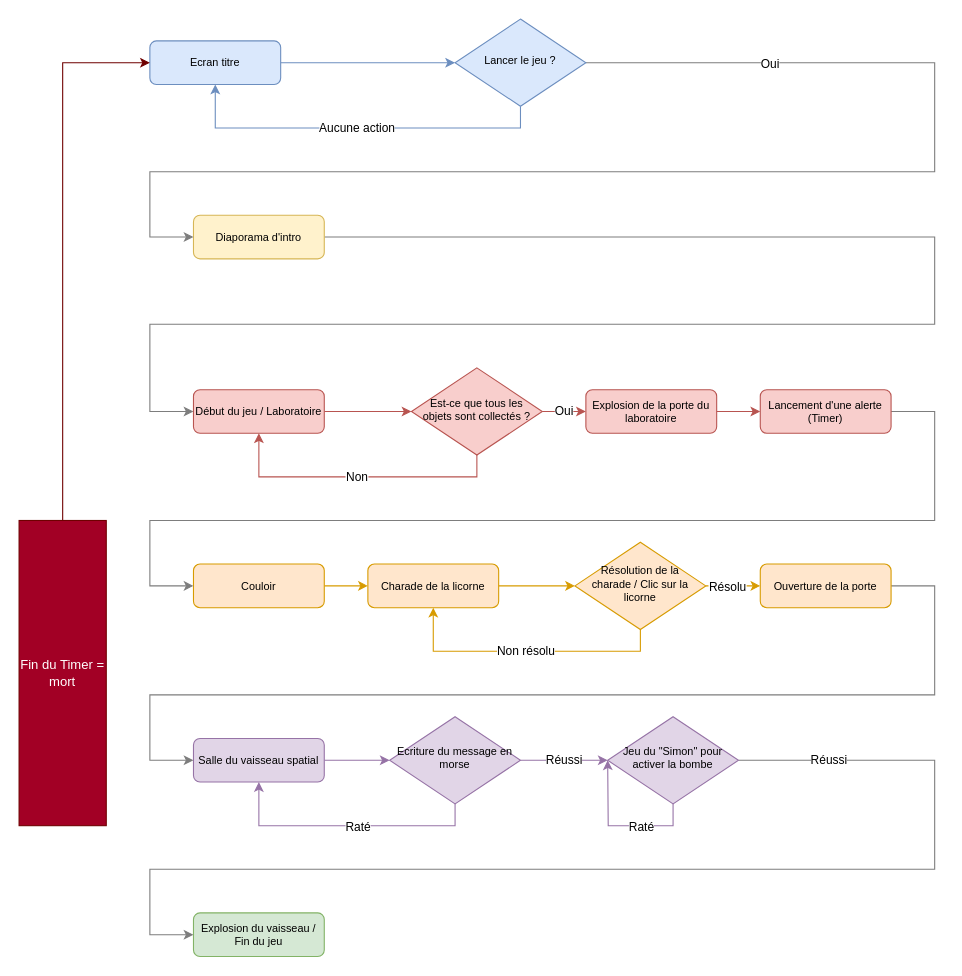
Above: Schéma de navigation.drawio in AztyMatt/Alien-Escaper (draw.io), before the change. Source tidied: cells renumbered, new cells numbered last; positions are measured from the earlier drawing's top-left corner, leaving out a move shared by most shapes. Both pictures are drawn from the tidied source at 109%, with x=0, y=0 at pixel (19, 19).
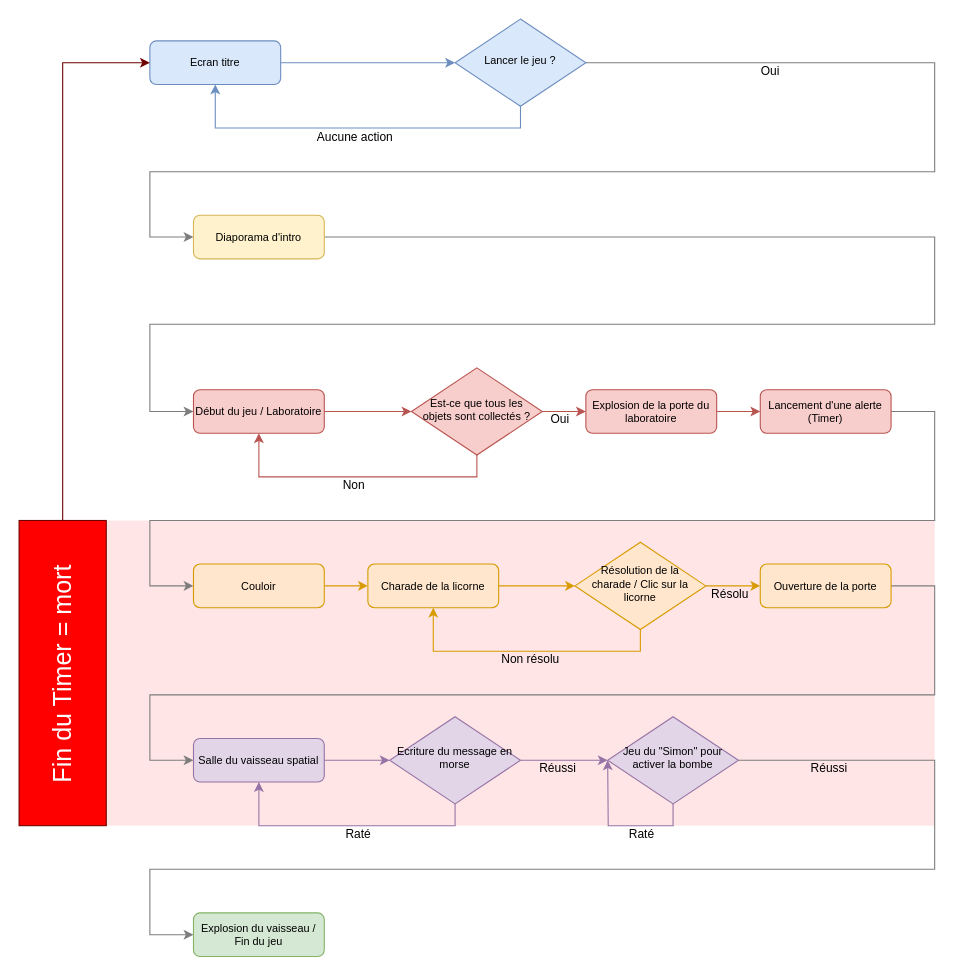
The same diagram, later.

Commit message:
Mettre à jour Schéma de navigation.drawio

Unchanged cells that the change refers to:
```xml
<mxCell id="3" value="Ecran titre" style="rounded=1;whiteSpace=wrap;html=1;fontSize=10;glass=0;strokeWidth=1;shadow=0;fillColor=#dae8fc;strokeColor=#6c8ebf;" parent="1" vertex="1">
  <mxGeometry x="120" y="20" width="120" height="40" as="geometry" />
</mxCell>
<mxCell id="6" style="edgeStyle=orthogonalEdgeStyle;rounded=0;jettySize=auto;html=1;exitX=1;exitY=0.5;exitDx=0;exitDy=0;entryX=0;entryY=0.5;entryDx=0;entryDy=0;strokeColor=#7D7D7D;" parent="1" edge="1" source="9" target="5">
  <mxGeometry relative="1" as="geometry">
    <Array as="points">
      <mxPoint x="840" y="40" />
      <mxPoint x="840" y="140" />
      <mxPoint x="120" y="140" />
      <mxPoint x="120" y="200" />
    </Array>
  </mxGeometry>
</mxCell>
<mxCell id="9" value="Lancer le jeu ?" style="rhombus;whiteSpace=wrap;html=1;shadow=0;fontFamily=Helvetica;fontSize=10;align=center;strokeWidth=1;spacing=6;spacingTop=-4;fillColor=#dae8fc;strokeColor=#6c8ebf;" parent="1" vertex="1">
  <mxGeometry x="400" width="120" height="80" as="geometry" />
</mxCell>
<mxCell id="11" value="Début du jeu / Laboratoire" style="rounded=1;whiteSpace=wrap;html=1;fontSize=10;glass=0;strokeWidth=1;shadow=0;fillColor=#f8cecc;strokeColor=#b85450;" parent="1" vertex="1">
  <mxGeometry x="160" y="340" width="120" height="40" as="geometry" />
</mxCell>
<mxCell id="14" value="Est-ce que tous les objets sont collectés ?" style="rhombus;whiteSpace=wrap;html=1;shadow=0;fontFamily=Helvetica;fontSize=10;align=center;strokeWidth=1;spacing=6;spacingTop=-4;fillColor=#f8cecc;strokeColor=#b85450;" parent="1" vertex="1">
  <mxGeometry x="360" y="320" width="120" height="80" as="geometry" />
</mxCell>
<mxCell id="18" value="Charade de la licorne" style="rounded=1;whiteSpace=wrap;html=1;fontSize=10;glass=0;strokeWidth=1;shadow=0;fillColor=#ffe6cc;strokeColor=#d79b00;" parent="1" vertex="1">
  <mxGeometry x="320" y="500" width="120" height="40" as="geometry" />
</mxCell>
<mxCell id="19" style="edgeStyle=orthogonalEdgeStyle;rounded=0;jettySize=auto;html=1;exitX=1;exitY=0.5;exitDx=0;exitDy=0;entryX=0;entryY=0.5;entryDx=0;entryDy=0;strokeColor=#d79b00;fillColor=#ffe6cc;" parent="1" edge="1" source="22" target="33">
  <mxGeometry relative="1" as="geometry" />
</mxCell>
<mxCell id="22" value="Résolution de la charade / Clic sur la licorne" style="rhombus;whiteSpace=wrap;html=1;shadow=0;fontFamily=Helvetica;fontSize=10;align=center;strokeWidth=1;spacing=6;spacingTop=-4;fillColor=#ffe6cc;strokeColor=#d79b00;" parent="1" vertex="1">
  <mxGeometry x="510" y="480" width="120" height="80" as="geometry" />
</mxCell>
<mxCell id="26" style="edgeStyle=orthogonalEdgeStyle;rounded=0;jettySize=auto;html=1;exitX=0.5;exitY=1;exitDx=0;exitDy=0;strokeColor=#9673a6;fillColor=#e1d5e7;" parent="1" edge="1" source="28">
  <mxGeometry relative="1" as="geometry">
    <mxPoint x="540" y="680" as="targetPoint" />
  </mxGeometry>
</mxCell>
<mxCell id="28" value="Jeu du &quot;Simon&quot; pour activer la bombe" style="rhombus;whiteSpace=wrap;html=1;shadow=0;fontFamily=Helvetica;fontSize=10;align=center;strokeWidth=1;spacing=6;spacingTop=-4;fillColor=#e1d5e7;strokeColor=#9673a6;" parent="1" vertex="1">
  <mxGeometry x="540" y="640" width="120" height="80" as="geometry" />
</mxCell>
<mxCell id="29" value="Explosion du vaisseau / Fin du jeu" style="rounded=1;whiteSpace=wrap;html=1;fontSize=10;glass=0;strokeWidth=1;shadow=0;fillColor=#d5e8d4;strokeColor=#82b366;" parent="1" vertex="1">
  <mxGeometry x="160" y="820" width="120" height="40" as="geometry" />
</mxCell>
<mxCell id="31" value="Explosion de la porte du laboratoire" style="rounded=1;whiteSpace=wrap;html=1;fontSize=10;glass=0;strokeWidth=1;shadow=0;fillColor=#f8cecc;strokeColor=#b85450;" parent="1" vertex="1">
  <mxGeometry x="520" y="340" width="120" height="40" as="geometry" />
</mxCell>
<mxCell id="35" style="edgeStyle=orthogonalEdgeStyle;rounded=0;jettySize=auto;html=1;exitX=0.5;exitY=1;exitDx=0;exitDy=0;entryX=0.5;entryY=1;entryDx=0;entryDy=0;strokeColor=#9673a6;fillColor=#e1d5e7;" parent="1" edge="1" source="37" target="24">
  <mxGeometry relative="1" as="geometry" />
</mxCell>
<mxCell id="37" value="Ecriture du message en morse" style="rhombus;whiteSpace=wrap;html=1;shadow=0;fontFamily=Helvetica;fontSize=10;align=center;strokeWidth=1;spacing=6;spacingTop=-4;fillColor=#e1d5e7;strokeColor=#9673a6;" parent="1" vertex="1">
  <mxGeometry x="340" y="640" width="120" height="80" as="geometry" />
</mxCell>
```

Diff of the diagram source:
```diff
@@
+    <mxCell id="42" style="rounded=0;whiteSpace=wrap;html=1;fillColor=#FF0000;strokeColor=none;opacity=10;" parent="1" vertex="1">
+      <mxGeometry x="80" y="460" width="760" height="280" as="geometry" />
+    </mxCell>
@@
-    <mxCell id="7" value="Oui" style="edgeLabel;html=1;align=center;verticalAlign=middle;" parent="6" vertex="1">
+    <mxCell id="7" value="Oui" style="edgeLabel;html=1;align=center;verticalAlign=middle;labelBackgroundColor=none;" parent="6" vertex="1">
       <mxGeometry x="-0.84" y="1" relative="1" as="geometry">
-        <mxPoint x="69" y="1" as="offset" />
+        <mxPoint x="69" y="8" as="offset" />
       </mxGeometry>
     </mxCell>
-    <mxCell id="8" value="Aucune action" style="edgeStyle=orthogonalEdgeStyle;rounded=0;jettySize=auto;html=1;exitX=0.5;exitY=1;exitDx=0;exitDy=0;entryX=0.5;entryY=1;entryDx=0;entryDy=0;strokeColor=#6c8ebf;fillColor=#dae8fc;" parent="1" edge="1" source="9" target="3">
-      <mxGeometry relative="1" as="geometry" />
+    <mxCell id="8" value="Aucune action" style="edgeStyle=orthogonalEdgeStyle;rounded=0;jettySize=auto;html=1;exitX=0.5;exitY=1;exitDx=0;exitDy=0;entryX=0.5;entryY=1;entryDx=0;entryDy=0;strokeColor=#6c8ebf;fillColor=#dae8fc;labelBackgroundColor=none;" parent="1" edge="1" source="9" target="3">
+      <mxGeometry x="0.01" y="8" relative="1" as="geometry" />
     </mxCell>
@@
-    <mxCell id="12" value="Oui" style="edgeStyle=orthogonalEdgeStyle;rounded=0;jettySize=auto;html=1;exitX=1;exitY=0.5;exitDx=0;exitDy=0;entryX=0;entryY=0.5;entryDx=0;entryDy=0;strokeColor=#b85450;fillColor=#f8cecc;" parent="1" edge="1" source="14" target="31">
-      <mxGeometry relative="1" as="geometry" />
+    <mxCell id="12" value="Oui" style="edgeStyle=orthogonalEdgeStyle;rounded=0;jettySize=auto;html=1;exitX=1;exitY=0.5;exitDx=0;exitDy=0;entryX=0;entryY=0.5;entryDx=0;entryDy=0;strokeColor=#b85450;fillColor=#f8cecc;labelBackgroundColor=none;" parent="1" edge="1" source="14" target="31">
+      <mxGeometry x="-0.2" y="-7" relative="1" as="geometry" />
     </mxCell>
-    <mxCell id="13" value="Non" style="edgeStyle=orthogonalEdgeStyle;rounded=0;jettySize=auto;html=1;exitX=0.5;exitY=1;exitDx=0;exitDy=0;entryX=0.5;entryY=1;entryDx=0;entryDy=0;strokeColor=#b85450;fillColor=#f8cecc;" parent="1" edge="1" source="14" target="11">
-      <mxGeometry relative="1" as="geometry" />
+    <mxCell id="13" value="Non" style="edgeStyle=orthogonalEdgeStyle;rounded=0;jettySize=auto;html=1;exitX=0.5;exitY=1;exitDx=0;exitDy=0;entryX=0.5;entryY=1;entryDx=0;entryDy=0;strokeColor=#b85450;fillColor=#f8cecc;labelBackgroundColor=none;" parent="1" edge="1" source="14" target="11">
+      <mxGeometry x="0.02" y="8" relative="1" as="geometry" />
     </mxCell>
@@
-    <mxCell id="20" value="Résolu" style="edgeLabel;html=1;align=center;verticalAlign=middle;" parent="19" vertex="1">
+    <mxCell id="20" value="Résolu" style="edgeLabel;html=1;align=center;verticalAlign=middle;labelBackgroundColor=none;" parent="19" vertex="1">
       <mxGeometry x="-0.27" relative="1" as="geometry">
-        <mxPoint x="1" as="offset" />
+        <mxPoint x="3" y="7" as="offset" />
       </mxGeometry>
     </mxCell>
-    <mxCell id="21" value="Non résolu" style="edgeStyle=orthogonalEdgeStyle;rounded=0;jettySize=auto;html=1;exitX=0.5;exitY=1;exitDx=0;exitDy=0;entryX=0.5;entryY=1;entryDx=0;entryDy=0;strokeColor=#d79b00;fillColor=#ffe6cc;" parent="1" edge="1" source="22" target="18">
-      <mxGeometry relative="1" as="geometry" />
+    <mxCell id="21" value="Non résolu" style="edgeStyle=orthogonalEdgeStyle;rounded=0;jettySize=auto;html=1;exitX=0.5;exitY=1;exitDx=0;exitDy=0;entryX=0.5;entryY=1;entryDx=0;entryDy=0;strokeColor=#d79b00;fillColor=#ffe6cc;labelBackgroundColor=none;" parent="1" edge="1" source="22" target="18">
+      <mxGeometry x="-0.03" y="7" relative="1" as="geometry" />
     </mxCell>
@@
-    <mxCell id="25" value="Réussi" style="edgeStyle=orthogonalEdgeStyle;rounded=0;jettySize=auto;html=1;entryX=0;entryY=0.5;entryDx=0;entryDy=0;strokeColor=#7D7D7D;" parent="1" edge="1" source="28" target="29">
-      <mxGeometry x="-0.85" relative="1" as="geometry">
+    <mxCell id="25" value="Réussi" style="edgeStyle=orthogonalEdgeStyle;rounded=0;jettySize=auto;html=1;entryX=0;entryY=0.5;entryDx=0;entryDy=0;strokeColor=#7D7D7D;labelBackgroundColor=none;" parent="1" edge="1" source="28" target="29">
+      <mxGeometry x="-0.85" y="-7" relative="1" as="geometry">
         <Array as="points">
           <mxPoint x="840" y="680" />
           <mxPoint x="840" y="780" />
           <mxPoint x="120" y="780" />
           <mxPoint x="120" y="840" />
         </Array>
       </mxGeometry>
     </mxCell>
@@
-    <mxCell id="27" value="Raté" style="edgeLabel;html=1;align=center;verticalAlign=middle;" parent="26" vertex="1">
+    <mxCell id="27" value="Raté" style="edgeLabel;html=1;align=center;verticalAlign=middle;labelBackgroundColor=none;" parent="26" vertex="1">
       <mxGeometry x="-0.43" relative="1" as="geometry">
-        <mxPoint x="-10" as="offset" />
+        <mxPoint x="-10" y="7" as="offset" />
       </mxGeometry>
     </mxCell>
@@
-    <mxCell id="34" value="Réussi" style="edgeStyle=orthogonalEdgeStyle;rounded=0;jettySize=auto;html=1;exitX=1;exitY=0.5;exitDx=0;exitDy=0;entryX=0;entryY=0.5;entryDx=0;entryDy=0;strokeColor=#9673a6;fillColor=#e1d5e7;" parent="1" edge="1" source="37" target="28">
-      <mxGeometry relative="1" as="geometry" />
+    <mxCell id="34" value="Réussi" style="edgeStyle=orthogonalEdgeStyle;rounded=0;jettySize=auto;html=1;exitX=1;exitY=0.5;exitDx=0;exitDy=0;entryX=0;entryY=0.5;entryDx=0;entryDy=0;strokeColor=#9673a6;fillColor=#e1d5e7;labelBackgroundColor=none;" parent="1" edge="1" source="37" target="28">
+      <mxGeometry x="-0.15" y="-7" relative="1" as="geometry" />
     </mxCell>
@@
-    <mxCell id="36" value="Raté" style="edgeLabel;html=1;align=center;verticalAlign=middle;" parent="35" vertex="1">
+    <mxCell id="36" value="Raté" style="edgeLabel;html=1;align=center;verticalAlign=middle;labelBackgroundColor=none;" parent="35" vertex="1">
       <mxGeometry x="-0.19" relative="1" as="geometry">
-        <mxPoint x="-13" as="offset" />
+        <mxPoint x="-13" y="7" as="offset" />
       </mxGeometry>
     </mxCell>
@@
-    <mxCell id="41" value="&lt;p style=&quot;line-height: 120%;&quot;&gt;Fin du Timer = mort&lt;/p&gt;" style="rounded=0;whiteSpace=wrap;html=1;align=center;fillColor=#a20025;fontColor=#ffffff;strokeColor=#6F0000;" parent="1" vertex="1">
+    <mxCell id="41" value="&lt;p style=&quot;line-height: 120%;&quot;&gt;&lt;br&gt;&lt;/p&gt;" style="rounded=0;whiteSpace=wrap;html=1;align=center;fillColor=#FF0000;fontColor=#ffffff;strokeColor=#6F0000;" parent="1" vertex="1">
       <mxGeometry y="460" width="80" height="280" as="geometry" />
     </mxCell>
+    <mxCell id="43" value="&lt;font color=&quot;#ffffff&quot; style=&quot;font-size: 23px;&quot;&gt;Fin du Timer = mort&lt;/font&gt;" style="rounded=0;whiteSpace=wrap;html=1;fillColor=none;strokeColor=none;rotation=270;fontSize=23;" parent="1" vertex="1">
+      <mxGeometry x="-89" y="571" width="258" height="60" as="geometry" />
+    </mxCell>
```
